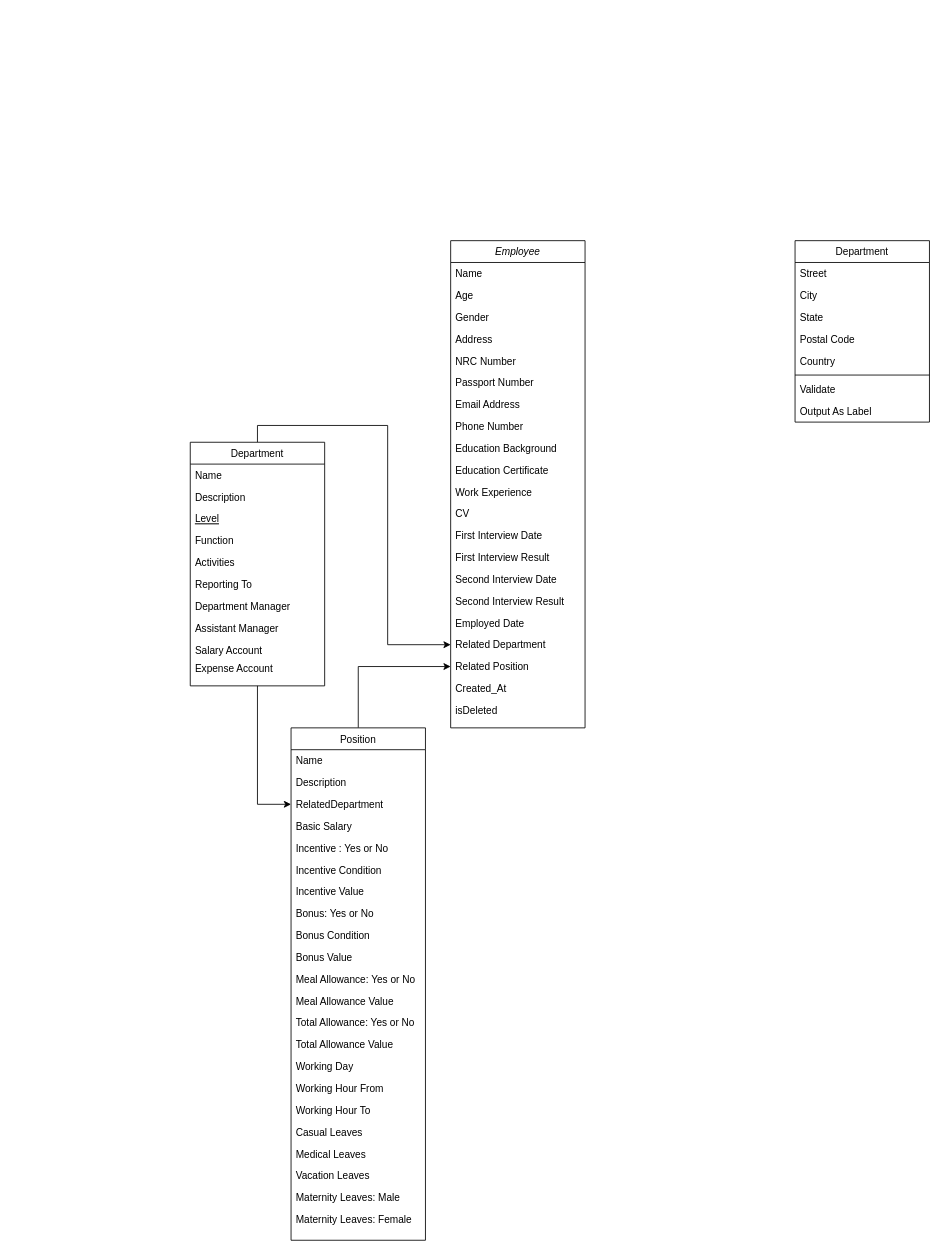
This is config/HRMClassDiagram.drawio from KyawZawLwin6394/HRM-Module, a draw.io file, before an edit. Source tidied: cells renumbered, new cells numbered last; positions are measured from the earlier drawing's top-left corner, leaving out a move shared by most shapes. Both pictures are drawn from the tidied source at 84%, with x=0, y=0 at pixel (190, 240).
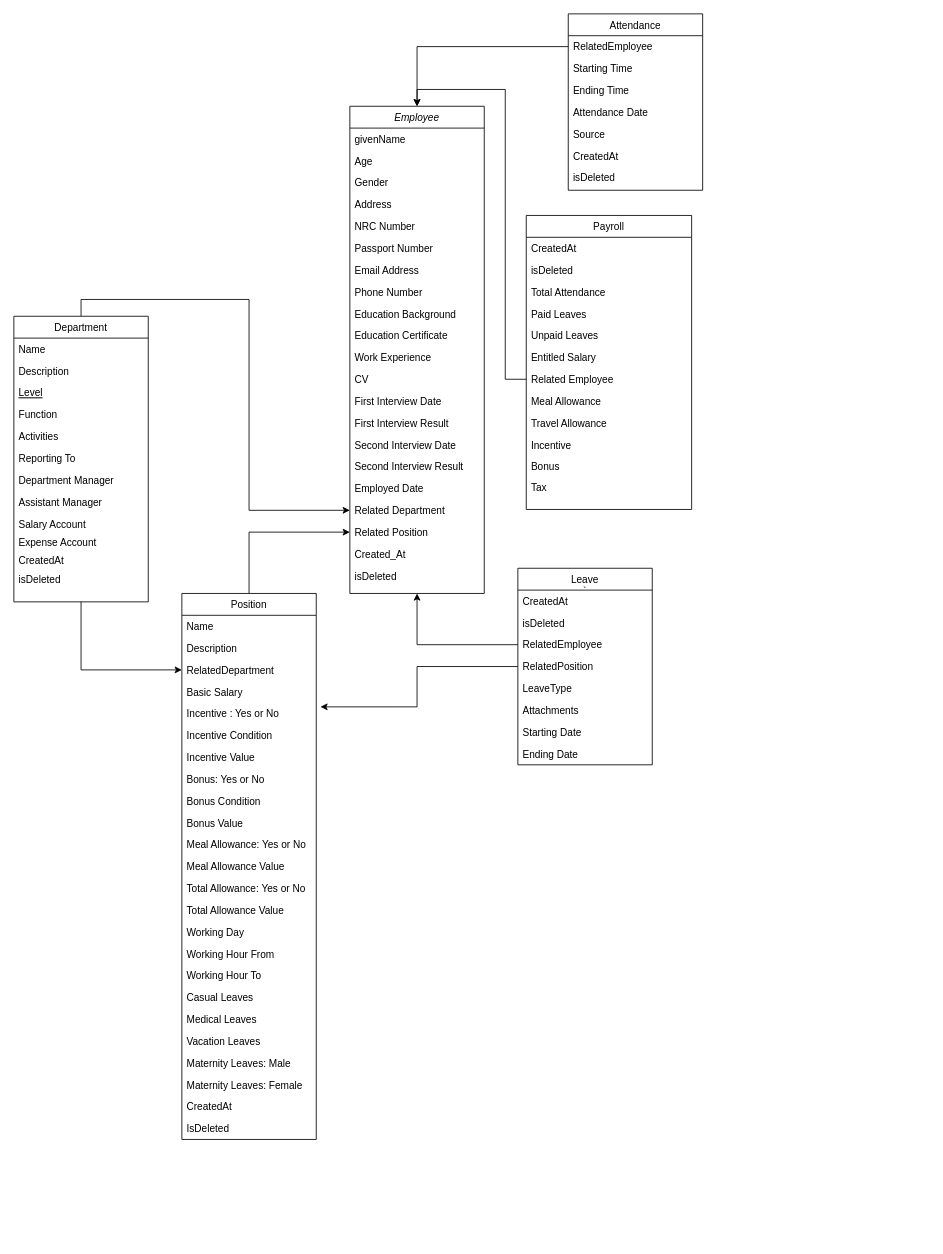
Above is the later version.

The change refers to these unchanged cells:
```xml
<mxCell id="43" value="Incentive : Yes or No" style="text;align=left;verticalAlign=top;spacingLeft=4;spacingRight=4;overflow=hidden;points=[[0,0.5],[1,0.5]];portConstraint=eastwest;" parent="38" vertex="1">
  <mxGeometry y="130" width="160" height="26" as="geometry" />
</mxCell>
```

The edit, as a diff of the source:
```diff
@@
     <mxCell id="2" value="Employee&#10;" style="swimlane;fontStyle=2;align=center;verticalAlign=top;horizontal=1;startSize=26;rounded=0;shadow=0;strokeWidth=1;" parent="1" vertex="1">
-      <mxGeometry x="310" width="160" height="580" as="geometry" />
+      <mxGeometry x="190" y="-160" width="160" height="580" as="geometry" />
     </mxCell>
-    <mxCell id="3" value="Name" style="text;align=left;verticalAlign=top;spacingLeft=4;spacingRight=4;overflow=hidden;" parent="2" vertex="1">
+    <mxCell id="3" value="givenName" style="text;align=left;verticalAlign=top;spacingLeft=4;spacingRight=4;overflow=hidden;" parent="2" vertex="1">
       <mxGeometry y="26" width="160" height="26" as="geometry" />
     </mxCell>
@@
     <mxCell id="26" value="Department" style="swimlane;fontStyle=0;align=center;verticalAlign=top;horizontal=1;startSize=26;rounded=0;shadow=0;strokeWidth=1;" parent="1" vertex="1">
-      <mxGeometry y="240" width="160" height="290" as="geometry" />
+      <mxGeometry x="-210" y="90" width="160" height="340" as="geometry" />
     </mxCell>
@@
+    <mxCell id="70" value="CreatedAt" style="text;align=left;verticalAlign=top;spacingLeft=4;spacingRight=4;overflow=hidden;" parent="26" vertex="1">
+      <mxGeometry y="278" width="160" height="22" as="geometry" />
+    </mxCell>
+    <mxCell id="71" value="isDeleted" style="text;align=left;verticalAlign=top;spacingLeft=4;spacingRight=4;overflow=hidden;" parent="26" vertex="1">
+      <mxGeometry y="300" width="160" height="22" as="geometry" />
+    </mxCell>
@@
     <mxCell id="38" value="Position&#10;" style="swimlane;fontStyle=0;align=center;verticalAlign=top;horizontal=1;startSize=26;rounded=0;shadow=0;strokeWidth=1;" parent="1" vertex="1">
-      <mxGeometry x="120" y="580" width="160" height="610" as="geometry" />
+      <mxGeometry x="-10" y="420" width="160" height="650" as="geometry" />
     </mxCell>
@@
-    <mxCell id="61" value="Department" style="swimlane;fontStyle=0;align=center;verticalAlign=top;horizontal=1;startSize=26;rounded=0;shadow=0;strokeWidth=1;" parent="1" vertex="1">
-      <mxGeometry x="720" width="160" height="216" as="geometry" />
-    </mxCell>
-    <mxCell id="62" value="Street" style="text;align=left;verticalAlign=top;spacingLeft=4;spacingRight=4;overflow=hidden;" parent="61" vertex="1">
-      <mxGeometry y="26" width="160" height="26" as="geometry" />
-    </mxCell>
-    <mxCell id="63" value="City" style="text;align=left;verticalAlign=top;spacingLeft=4;spacingRight=4;overflow=hidden;rounded=0;shadow=0;html=0;" parent="61" vertex="1">
-      <mxGeometry y="52" width="160" height="26" as="geometry" />
-    </mxCell>
-    <mxCell id="64" value="State" style="text;align=left;verticalAlign=top;spacingLeft=4;spacingRight=4;overflow=hidden;rounded=0;shadow=0;html=0;" parent="61" vertex="1">
-      <mxGeometry y="78" width="160" height="26" as="geometry" />
-    </mxCell>
-    <mxCell id="65" value="Postal Code" style="text;align=left;verticalAlign=top;spacingLeft=4;spacingRight=4;overflow=hidden;rounded=0;shadow=0;html=0;" parent="61" vertex="1">
-      <mxGeometry y="104" width="160" height="26" as="geometry" />
-    </mxCell>
-    <mxCell id="66" value="Country" style="text;align=left;verticalAlign=top;spacingLeft=4;spacingRight=4;overflow=hidden;rounded=0;shadow=0;html=0;" parent="61" vertex="1">
-      <mxGeometry y="130" width="160" height="26" as="geometry" />
-    </mxCell>
-    <mxCell id="67" style="line;html=1;strokeWidth=1;align=left;verticalAlign=middle;spacingTop=-1;spacingLeft=3;spacingRight=3;labelPosition=right;" parent="61" vertex="1">
-      <mxGeometry y="156" width="160" height="8" as="geometry" />
-    </mxCell>
-    <mxCell id="68" value="Validate" style="text;align=left;verticalAlign=top;spacingLeft=4;spacingRight=4;overflow=hidden;" parent="61" vertex="1">
-      <mxGeometry y="164" width="160" height="26" as="geometry" />
-    </mxCell>
-    <mxCell id="69" value="Output As Label" style="text;align=left;verticalAlign=top;spacingLeft=4;spacingRight=4;overflow=hidden;" parent="61" vertex="1">
-      <mxGeometry y="190" width="160" height="26" as="geometry" />
-    </mxCell>
+    <mxCell id="72" value="CreatedAt" style="text;align=left;verticalAlign=top;spacingLeft=4;spacingRight=4;overflow=hidden;" parent="38" vertex="1">
+      <mxGeometry y="598" width="160" height="26" as="geometry" />
+    </mxCell>
+    <mxCell id="73" value="IsDeleted" style="text;align=left;verticalAlign=top;spacingLeft=4;spacingRight=4;overflow=hidden;" parent="38" vertex="1">
+      <mxGeometry y="624" width="160" height="26" as="geometry" />
+    </mxCell>
+    <mxCell id="74" value="Attendance" style="swimlane;fontStyle=0;align=center;verticalAlign=top;horizontal=1;startSize=26;rounded=0;shadow=0;strokeWidth=1;" parent="1" vertex="1">
+      <mxGeometry x="450" y="-270" width="160" height="210" as="geometry" />
+    </mxCell>
+    <mxCell id="75" value="RelatedEmployee " style="text;align=left;verticalAlign=top;spacingLeft=4;spacingRight=4;overflow=hidden;points=[[0,0.5],[1,0.5]];portConstraint=eastwest;" parent="74" vertex="1">
+      <mxGeometry y="26" width="160" height="26" as="geometry" />
+    </mxCell>
+    <mxCell id="76" value="Starting Time" style="text;align=left;verticalAlign=top;spacingLeft=4;spacingRight=4;overflow=hidden;rounded=0;shadow=0;html=0;" parent="74" vertex="1">
+      <mxGeometry y="52" width="160" height="26" as="geometry" />
+    </mxCell>
+    <mxCell id="77" value="Ending Time" style="text;align=left;verticalAlign=top;spacingLeft=4;spacingRight=4;overflow=hidden;fontStyle=0;" parent="74" vertex="1">
+      <mxGeometry y="78" width="160" height="26" as="geometry" />
+    </mxCell>
+    <mxCell id="78" value="Attendance Date" style="text;align=left;verticalAlign=top;spacingLeft=4;spacingRight=4;overflow=hidden;" parent="74" vertex="1">
+      <mxGeometry y="104" width="160" height="26" as="geometry" />
+    </mxCell>
+    <mxCell id="79" value="Source" style="text;align=left;verticalAlign=top;spacingLeft=4;spacingRight=4;overflow=hidden;" parent="74" vertex="1">
+      <mxGeometry y="130" width="160" height="26" as="geometry" />
+    </mxCell>
+    <mxCell id="80" value="CreatedAt" style="text;align=left;verticalAlign=top;spacingLeft=4;spacingRight=4;overflow=hidden;" parent="74" vertex="1">
+      <mxGeometry y="156" width="160" height="26" as="geometry" />
+    </mxCell>
+    <mxCell id="81" value="isDeleted" style="text;align=left;verticalAlign=top;spacingLeft=4;spacingRight=4;overflow=hidden;" parent="74" vertex="1">
+      <mxGeometry y="182" width="160" height="26" as="geometry" />
+    </mxCell>
+    <mxCell id="82" style="edgeStyle=orthogonalEdgeStyle;rounded=0;jettySize=auto;html=1;exitX=0;exitY=0.5;exitDx=0;exitDy=0;entryX=0.5;entryY=0;entryDx=0;entryDy=0;" parent="1" edge="1" source="75" target="2">
+      <mxGeometry relative="1" as="geometry" />
+    </mxCell>
+    <mxCell id="83" value="Leave&#10;`" style="swimlane;fontStyle=0;align=center;verticalAlign=top;horizontal=1;startSize=26;rounded=0;shadow=0;strokeWidth=1;" parent="1" vertex="1">
+      <mxGeometry x="390" y="390" width="160" height="234" as="geometry" />
+    </mxCell>
+    <mxCell id="84" value="CreatedAt" style="text;align=left;verticalAlign=top;spacingLeft=4;spacingRight=4;overflow=hidden;" parent="83" vertex="1">
+      <mxGeometry y="26" width="160" height="26" as="geometry" />
+    </mxCell>
+    <mxCell id="85" value="isDeleted" style="text;align=left;verticalAlign=top;spacingLeft=4;spacingRight=4;overflow=hidden;rounded=0;shadow=0;html=0;" parent="83" vertex="1">
+      <mxGeometry y="52" width="160" height="26" as="geometry" />
+    </mxCell>
+    <mxCell id="86" value="RelatedEmployee" style="text;align=left;verticalAlign=top;spacingLeft=4;spacingRight=4;overflow=hidden;points=[[0,0.5],[1,0.5]];portConstraint=eastwest;fontStyle=0;" parent="83" vertex="1">
+      <mxGeometry y="78" width="160" height="26" as="geometry" />
+    </mxCell>
+    <mxCell id="87" value="RelatedPosition" style="text;align=left;verticalAlign=top;spacingLeft=4;spacingRight=4;overflow=hidden;points=[[0,0.5],[1,0.5]];portConstraint=eastwest;" parent="83" vertex="1">
+      <mxGeometry y="104" width="160" height="26" as="geometry" />
+    </mxCell>
+    <mxCell id="88" value="LeaveType" style="text;align=left;verticalAlign=top;spacingLeft=4;spacingRight=4;overflow=hidden;" parent="83" vertex="1">
+      <mxGeometry y="130" width="160" height="26" as="geometry" />
+    </mxCell>
+    <mxCell id="89" value="Attachments" style="text;align=left;verticalAlign=top;spacingLeft=4;spacingRight=4;overflow=hidden;" parent="83" vertex="1">
+      <mxGeometry y="156" width="160" height="26" as="geometry" />
+    </mxCell>
+    <mxCell id="90" value="Starting Date" style="text;align=left;verticalAlign=top;spacingLeft=4;spacingRight=4;overflow=hidden;" parent="83" vertex="1">
+      <mxGeometry y="182" width="160" height="26" as="geometry" />
+    </mxCell>
+    <mxCell id="91" value="Ending Date" style="text;align=left;verticalAlign=top;spacingLeft=4;spacingRight=4;overflow=hidden;" parent="83" vertex="1">
+      <mxGeometry y="208" width="160" height="26" as="geometry" />
+    </mxCell>
+    <mxCell id="92" style="edgeStyle=orthogonalEdgeStyle;rounded=0;jettySize=auto;html=1;exitX=0;exitY=0.5;exitDx=0;exitDy=0;entryX=0.5;entryY=1;entryDx=0;entryDy=0;" parent="1" edge="1" source="86" target="2">
+      <mxGeometry relative="1" as="geometry" />
+    </mxCell>
+    <mxCell id="93" style="edgeStyle=orthogonalEdgeStyle;rounded=0;jettySize=auto;html=1;exitX=0;exitY=0.5;exitDx=0;exitDy=0;entryX=1.031;entryY=0.192;entryDx=0;entryDy=0;entryPerimeter=0;" parent="1" edge="1" source="87" target="43">
+      <mxGeometry relative="1" as="geometry" />
+    </mxCell>
+    <mxCell id="94" value="Payroll" style="swimlane;fontStyle=0;align=center;verticalAlign=top;horizontal=1;startSize=26;rounded=0;shadow=0;strokeWidth=1;" parent="1" vertex="1">
+      <mxGeometry x="400" y="-30" width="196.9" height="350" as="geometry" />
+    </mxCell>
+    <mxCell id="95" value="CreatedAt" style="text;align=left;verticalAlign=top;spacingLeft=4;spacingRight=4;overflow=hidden;" parent="94" vertex="1">
+      <mxGeometry y="26" width="196.9" height="26" as="geometry" />
+    </mxCell>
+    <mxCell id="96" value="isDeleted" style="text;align=left;verticalAlign=top;spacingLeft=4;spacingRight=4;overflow=hidden;rounded=0;shadow=0;html=0;" parent="94" vertex="1">
+      <mxGeometry y="52" width="196.9" height="26" as="geometry" />
+    </mxCell>
+    <mxCell id="97" value="Total Attendance" style="text;align=left;verticalAlign=top;spacingLeft=4;spacingRight=4;overflow=hidden;fontStyle=0;" parent="94" vertex="1">
+      <mxGeometry y="78" width="196.9" height="26" as="geometry" />
+    </mxCell>
+    <mxCell id="98" value="Paid Leaves" style="text;align=left;verticalAlign=top;spacingLeft=4;spacingRight=4;overflow=hidden;" parent="94" vertex="1">
+      <mxGeometry y="104" width="196.9" height="26" as="geometry" />
+    </mxCell>
+    <mxCell id="99" value="Unpaid Leaves" style="text;align=left;verticalAlign=top;spacingLeft=4;spacingRight=4;overflow=hidden;" parent="94" vertex="1">
+      <mxGeometry y="130" width="196.9" height="26" as="geometry" />
+    </mxCell>
+    <mxCell id="100" value="Entitled Salary" style="text;align=left;verticalAlign=top;spacingLeft=4;spacingRight=4;overflow=hidden;" parent="94" vertex="1">
+      <mxGeometry y="156" width="196.9" height="26" as="geometry" />
+    </mxCell>
+    <mxCell id="101" value="Related Employee" style="text;align=left;verticalAlign=top;spacingLeft=4;spacingRight=4;overflow=hidden;points=[[0,0.5],[1,0.5]];portConstraint=eastwest;" parent="94" vertex="1">
+      <mxGeometry y="182" width="196.9" height="26" as="geometry" />
+    </mxCell>
+    <mxCell id="102" value="Meal Allowance" style="text;align=left;verticalAlign=top;spacingLeft=4;spacingRight=4;overflow=hidden;" parent="94" vertex="1">
+      <mxGeometry y="208" width="196.9" height="26" as="geometry" />
+    </mxCell>
+    <mxCell id="103" value="Travel Allowance" style="text;align=left;verticalAlign=top;spacingLeft=4;spacingRight=4;overflow=hidden;" parent="94" vertex="1">
+      <mxGeometry y="234" width="196.9" height="26" as="geometry" />
+    </mxCell>
+    <mxCell id="104" value="Incentive" style="text;align=left;verticalAlign=top;spacingLeft=4;spacingRight=4;overflow=hidden;" parent="94" vertex="1">
+      <mxGeometry y="260" width="196.9" height="26" as="geometry" />
+    </mxCell>
+    <mxCell id="105" value="Bonus" style="text;align=left;verticalAlign=top;spacingLeft=4;spacingRight=4;overflow=hidden;" parent="94" vertex="1">
+      <mxGeometry y="286" width="196.9" height="24" as="geometry" />
+    </mxCell>
+    <mxCell id="106" value="Tax" style="text;align=left;verticalAlign=top;spacingLeft=4;spacingRight=4;overflow=hidden;" parent="94" vertex="1">
+      <mxGeometry y="310" width="196.9" height="22" as="geometry" />
+    </mxCell>
+    <mxCell id="107" style="edgeStyle=orthogonalEdgeStyle;rounded=0;jettySize=auto;html=1;exitX=0;exitY=0.5;exitDx=0;exitDy=0;entryX=0.5;entryY=0;entryDx=0;entryDy=0;" parent="1" edge="1" source="101" target="2">
+      <mxGeometry relative="1" as="geometry" />
+    </mxCell>
```
